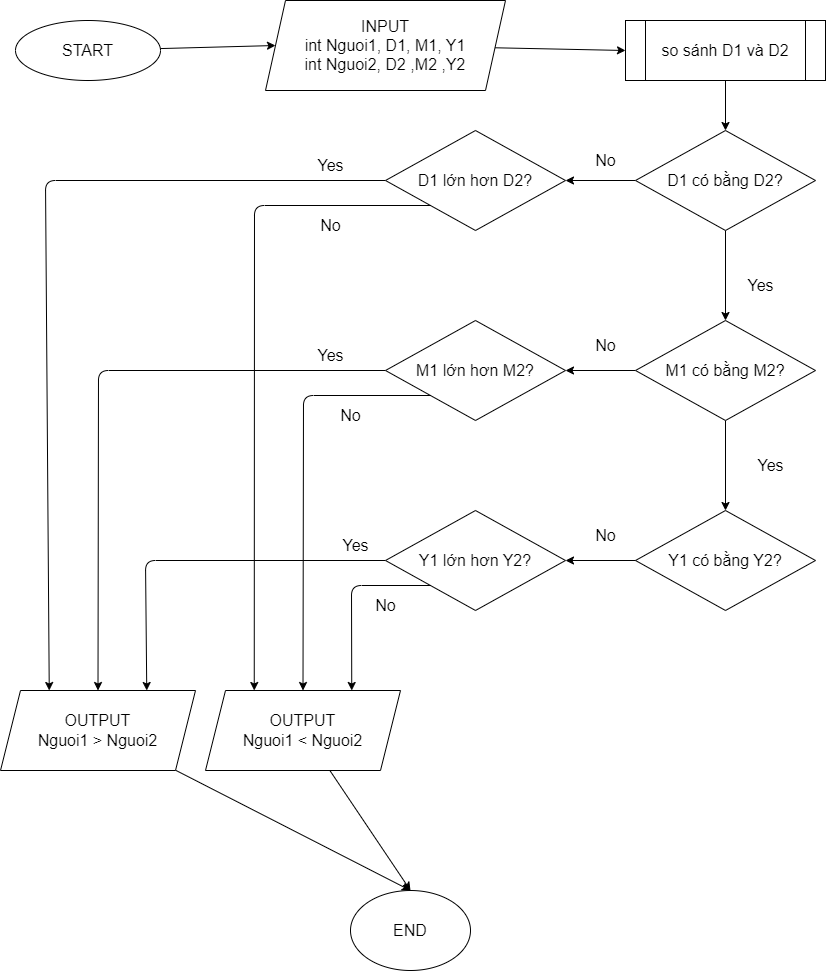
Earlier version of the draw.io export Lab_1/Bai_4/FlowBai_4.drawio.png (MinkWungNe/NLNNLT). Source tidied: cells renumbered, new cells last; positions are measured from the earlier drawing's top-left corner, leaving out a move shared by most shapes.
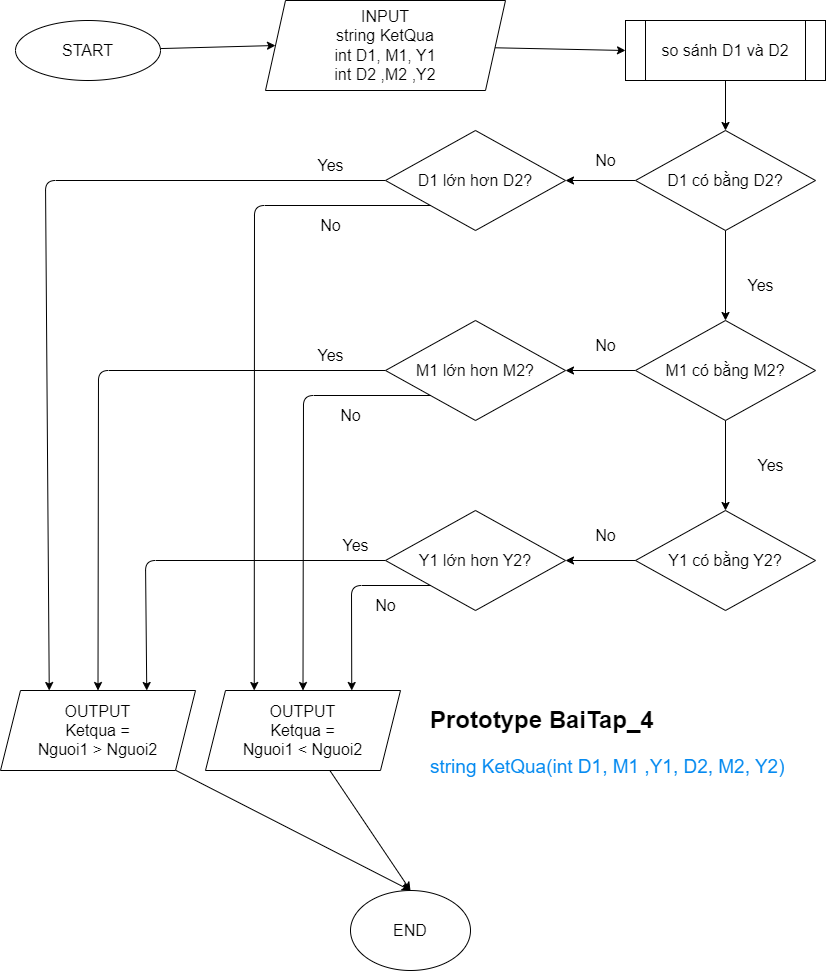
After the change.

Commit message:
Update FlowCharts and Prototype

What changed in the source:
```diff
@@ -11,7 +11,7 @@
     <mxCell id="4" style="edgeStyle=none;html=1;entryX=0;entryY=0.5;entryDx=0;entryDy=0;fontSize=16;" parent="1" edge="1" source="5" target="10">
       <mxGeometry relative="1" as="geometry" />
     </mxCell>
-    <mxCell id="5" value="INPUT&lt;br&gt;int Nguoi1, D1, M1, Y1&lt;br&gt;int Nguoi2, D2 ,M2 ,Y2" style="shape=parallelogram;perimeter=parallelogramPerimeter;whiteSpace=wrap;html=1;fixedSize=1;fontSize=16;labelPosition=center;verticalLabelPosition=middle;align=center;verticalAlign=middle;" parent="1" vertex="1">
+    <mxCell id="5" value="INPUT&lt;br&gt;string KetQua&lt;br&gt;int D1, M1, Y1&lt;br&gt;int D2 ,M2 ,Y2" style="shape=parallelogram;perimeter=parallelogramPerimeter;whiteSpace=wrap;html=1;fixedSize=1;fontSize=16;labelPosition=center;verticalLabelPosition=middle;align=center;verticalAlign=middle;" parent="1" vertex="1">
       <mxGeometry x="265" width="240" height="90" as="geometry" />
     </mxCell>
     <mxCell id="6" style="edgeStyle=none;html=1;fontSize=16;" parent="1" edge="1" source="8" target="13">
@@ -98,13 +98,13 @@
     <mxCell id="25" style="edgeStyle=none;html=1;entryX=0.5;entryY=0;entryDx=0;entryDy=0;fontSize=16;" parent="1" edge="1" source="26" target="29">
       <mxGeometry relative="1" as="geometry" />
     </mxCell>
-    <mxCell id="26" value="OUTPUT&lt;br&gt;Nguoi1 &amp;gt; Nguoi2" style="shape=parallelogram;perimeter=parallelogramPerimeter;whiteSpace=wrap;html=1;fixedSize=1;fontSize=16;" parent="1" vertex="1">
+    <mxCell id="26" value="OUTPUT&lt;br&gt;Ketqua =&lt;br&gt;Nguoi1 &amp;gt; Nguoi2" style="shape=parallelogram;perimeter=parallelogramPerimeter;whiteSpace=wrap;html=1;fixedSize=1;fontSize=16;" parent="1" vertex="1">
       <mxGeometry y="690" width="195" height="80" as="geometry" />
     </mxCell>
     <mxCell id="27" style="edgeStyle=none;html=1;entryX=0.5;entryY=0;entryDx=0;entryDy=0;fontSize=16;" parent="1" edge="1" source="28" target="29">
       <mxGeometry relative="1" as="geometry" />
     </mxCell>
-    <mxCell id="28" value="OUTPUT&lt;br&gt;Nguoi1 &amp;lt; Nguoi2" style="shape=parallelogram;perimeter=parallelogramPerimeter;whiteSpace=wrap;html=1;fixedSize=1;fontSize=16;" parent="1" vertex="1">
+    <mxCell id="28" value="OUTPUT&lt;br&gt;Ketqua =&lt;br&gt;Nguoi1 &amp;lt; Nguoi2" style="shape=parallelogram;perimeter=parallelogramPerimeter;whiteSpace=wrap;html=1;fixedSize=1;fontSize=16;" parent="1" vertex="1">
       <mxGeometry x="205" y="690" width="195" height="80" as="geometry" />
     </mxCell>
     <mxCell id="29" value="END" style="ellipse;whiteSpace=wrap;html=1;fontSize=16;" parent="1" vertex="1">
@@ -143,5 +143,8 @@
     <mxCell id="40" value="Yes" style="text;html=1;align=center;verticalAlign=middle;strokeColor=none;fillColor=none;fontSize=16;" parent="1" vertex="1">
       <mxGeometry x="330" y="530" width="50" height="30" as="geometry" />
     </mxCell>
+    <mxCell id="41" value="&lt;h1&gt;&lt;span style=&quot;background-color: initial;&quot;&gt;Prototype BaiTap_4&lt;/span&gt;&lt;/h1&gt;&lt;h1&gt;&lt;span style=&quot;font-weight: 400;&quot;&gt;&lt;font color=&quot;#058af0&quot; style=&quot;font-size: 19px;&quot;&gt;string KetQua(int D1, M1 ,Y1, D2, M2, Y2)&lt;/font&gt;&lt;/span&gt;&lt;/h1&gt;" style="text;html=1;strokeColor=none;fillColor=none;spacing=5;spacingTop=-20;whiteSpace=wrap;overflow=hidden;rounded=0;" parent="1" vertex="1">
+      <mxGeometry x="425" y="700" width="370" height="90" as="geometry" />
+    </mxCell>
   </root>
 </mxGraphModel>
```
